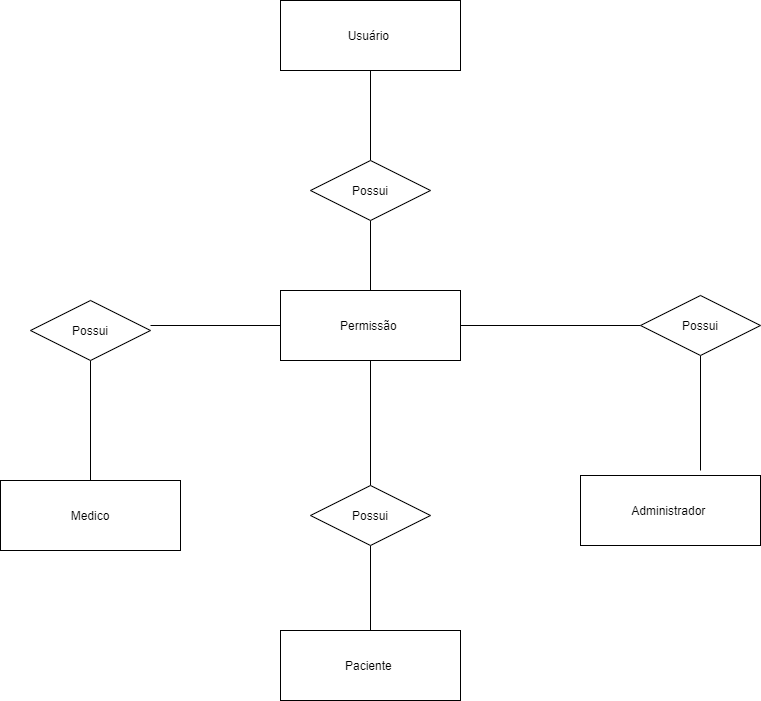
Ananogueira1/Projeto-SP-Med-Group keeps this draw.io diagram as Drawio Conceitual/Projeto-SP-Med-Group-Conceitual.png. Above is the earlier version. Source tidied: cells renumbered, new cells last; positions are measured from the earlier drawing's top-left corner, leaving out a move shared by most shapes. The source it was exported from:
```xml
<mxGraphModel>
  <root>
    <mxCell id="0" />
    <mxCell id="1" parent="0" />
    <mxCell id="2" style="edgeStyle=orthogonalEdgeStyle;rounded=0;jettySize=auto;html=1;endArrow=none;endFill=0;" parent="1" edge="1" source="3" target="5">
      <mxGeometry relative="1" as="geometry" />
    </mxCell>
    <mxCell id="3" value="Usuário&amp;nbsp;" style="whiteSpace=wrap;html=1;align=center;" parent="1" vertex="1">
      <mxGeometry x="280" width="180" height="70" as="geometry" />
    </mxCell>
    <mxCell id="4" style="edgeStyle=orthogonalEdgeStyle;rounded=0;jettySize=auto;html=1;endArrow=none;endFill=0;" parent="1" edge="1" source="5" target="9">
      <mxGeometry relative="1" as="geometry" />
    </mxCell>
    <mxCell id="5" value="Possui" style="shape=rhombus;perimeter=rhombusPerimeter;whiteSpace=wrap;html=1;align=center;" parent="1" vertex="1">
      <mxGeometry x="310" y="160" width="120" height="60" as="geometry" />
    </mxCell>
    <mxCell id="6" style="edgeStyle=orthogonalEdgeStyle;rounded=0;jettySize=auto;html=1;endArrow=none;endFill=0;" parent="1" edge="1" source="9">
      <mxGeometry relative="1" as="geometry">
        <mxPoint x="150" y="325" as="targetPoint" />
      </mxGeometry>
    </mxCell>
    <mxCell id="7" style="edgeStyle=orthogonalEdgeStyle;rounded=0;jettySize=auto;html=1;endArrow=none;endFill=0;" parent="1" edge="1" source="9" target="16">
      <mxGeometry relative="1" as="geometry" />
    </mxCell>
    <mxCell id="8" style="edgeStyle=orthogonalEdgeStyle;rounded=0;jettySize=auto;html=1;endArrow=none;endFill=0;entryX=0;entryY=0.5;entryDx=0;entryDy=0;" parent="1" edge="1" source="9" target="13">
      <mxGeometry relative="1" as="geometry" />
    </mxCell>
    <mxCell id="9" value="Permissão&amp;nbsp;" style="whiteSpace=wrap;html=1;align=center;" parent="1" vertex="1">
      <mxGeometry x="280" y="290" width="180" height="70" as="geometry" />
    </mxCell>
    <mxCell id="10" style="edgeStyle=orthogonalEdgeStyle;rounded=0;jettySize=auto;html=1;entryX=0.5;entryY=0;entryDx=0;entryDy=0;endArrow=none;endFill=0;" parent="1" edge="1" source="11" target="14">
      <mxGeometry relative="1" as="geometry" />
    </mxCell>
    <mxCell id="11" value="Possui" style="shape=rhombus;perimeter=rhombusPerimeter;whiteSpace=wrap;html=1;align=center;" parent="1" vertex="1">
      <mxGeometry x="30" y="300" width="120" height="60" as="geometry" />
    </mxCell>
    <mxCell id="12" style="edgeStyle=orthogonalEdgeStyle;rounded=0;jettySize=auto;html=1;endArrow=none;endFill=0;" parent="1" edge="1" source="13">
      <mxGeometry relative="1" as="geometry">
        <mxPoint x="700" y="470" as="targetPoint" />
      </mxGeometry>
    </mxCell>
    <mxCell id="13" value="Possui" style="shape=rhombus;perimeter=rhombusPerimeter;whiteSpace=wrap;html=1;align=center;" parent="1" vertex="1">
      <mxGeometry x="640" y="295" width="120" height="60" as="geometry" />
    </mxCell>
    <mxCell id="14" value="Medico" style="whiteSpace=wrap;html=1;align=center;" parent="1" vertex="1">
      <mxGeometry y="480" width="180" height="70" as="geometry" />
    </mxCell>
    <mxCell id="15" style="edgeStyle=orthogonalEdgeStyle;rounded=0;jettySize=auto;html=1;endArrow=none;endFill=0;" parent="1" edge="1" source="16" target="18">
      <mxGeometry relative="1" as="geometry" />
    </mxCell>
    <mxCell id="16" value="Possui" style="shape=rhombus;perimeter=rhombusPerimeter;whiteSpace=wrap;html=1;align=center;" parent="1" vertex="1">
      <mxGeometry x="310" y="485" width="120" height="60" as="geometry" />
    </mxCell>
    <mxCell id="17" value="Administrador&amp;nbsp;" style="whiteSpace=wrap;html=1;align=center;" parent="1" vertex="1">
      <mxGeometry x="580" y="475" width="180" height="70" as="geometry" />
    </mxCell>
    <mxCell id="18" value="Paciente&amp;nbsp;" style="whiteSpace=wrap;html=1;align=center;" parent="1" vertex="1">
      <mxGeometry x="280" y="630" width="180" height="70" as="geometry" />
    </mxCell>
    <mxCell id="19" style="edgeStyle=orthogonalEdgeStyle;rounded=0;orthogonalLoop=1;jettySize=auto;html=1;" parent="1" edge="1">
      <mxGeometry relative="1" as="geometry">
        <mxPoint x="630" y="360" as="sourcePoint" />
        <mxPoint x="630" y="360" as="targetPoint" />
      </mxGeometry>
    </mxCell>
  </root>
</mxGraphModel>
```
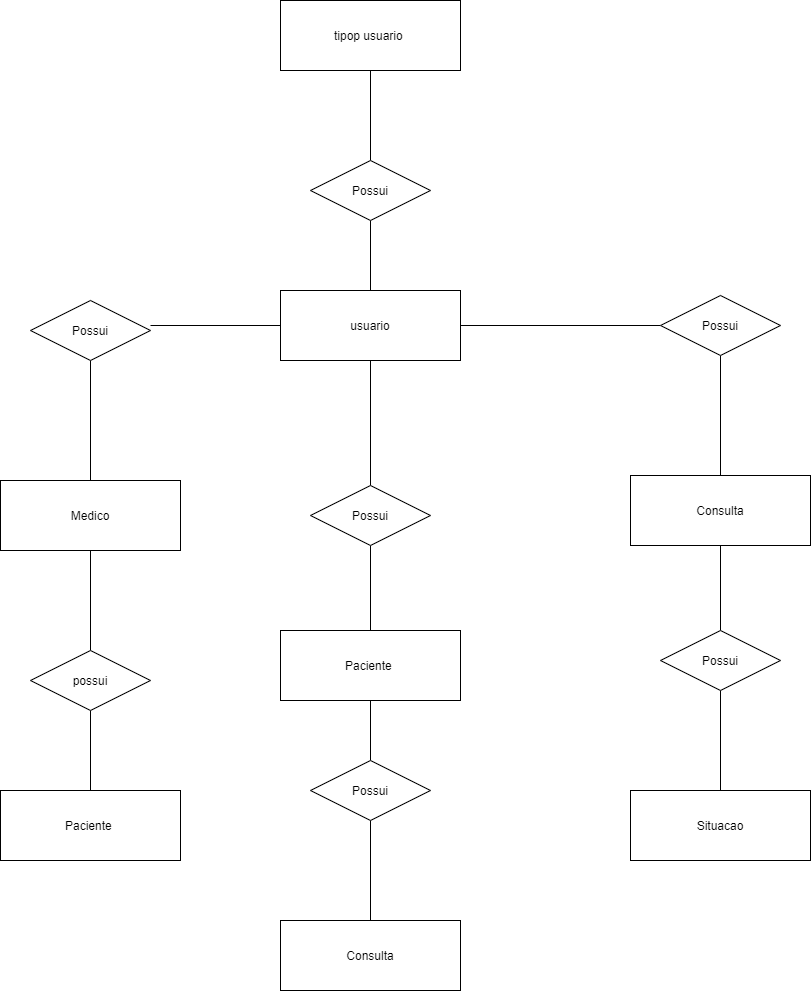
The same diagram one commit later.

The edit, as a diff of the source:
```diff
@@ -5,7 +5,7 @@
     <mxCell id="2" style="edgeStyle=orthogonalEdgeStyle;rounded=0;jettySize=auto;html=1;endArrow=none;endFill=0;" parent="1" edge="1" source="3" target="5">
       <mxGeometry relative="1" as="geometry" />
     </mxCell>
-    <mxCell id="3" value="Usuário&amp;nbsp;" style="whiteSpace=wrap;html=1;align=center;" parent="1" vertex="1">
+    <mxCell id="3" value="tipop usuario&amp;nbsp;" style="whiteSpace=wrap;html=1;align=center;" parent="1" vertex="1">
       <mxGeometry x="280" width="180" height="70" as="geometry" />
     </mxCell>
     <mxCell id="4" style="edgeStyle=orthogonalEdgeStyle;rounded=0;jettySize=auto;html=1;endArrow=none;endFill=0;" parent="1" edge="1" source="5" target="9">
@@ -25,7 +25,7 @@
     <mxCell id="8" style="edgeStyle=orthogonalEdgeStyle;rounded=0;jettySize=auto;html=1;endArrow=none;endFill=0;entryX=0;entryY=0.5;entryDx=0;entryDy=0;" parent="1" edge="1" source="9" target="13">
       <mxGeometry relative="1" as="geometry" />
     </mxCell>
-    <mxCell id="9" value="Permissão&amp;nbsp;" style="whiteSpace=wrap;html=1;align=center;" parent="1" vertex="1">
+    <mxCell id="9" value="usuario" style="whiteSpace=wrap;html=1;align=center;" parent="1" vertex="1">
       <mxGeometry x="280" y="290" width="180" height="70" as="geometry" />
     </mxCell>
     <mxCell id="10" style="edgeStyle=orthogonalEdgeStyle;rounded=0;jettySize=auto;html=1;entryX=0.5;entryY=0;entryDx=0;entryDy=0;endArrow=none;endFill=0;" parent="1" edge="1" source="11" target="14">
@@ -34,14 +34,15 @@
     <mxCell id="11" value="Possui" style="shape=rhombus;perimeter=rhombusPerimeter;whiteSpace=wrap;html=1;align=center;" parent="1" vertex="1">
       <mxGeometry x="30" y="300" width="120" height="60" as="geometry" />
     </mxCell>
-    <mxCell id="12" style="edgeStyle=orthogonalEdgeStyle;rounded=0;jettySize=auto;html=1;endArrow=none;endFill=0;" parent="1" edge="1" source="13">
-      <mxGeometry relative="1" as="geometry">
-        <mxPoint x="700" y="470" as="targetPoint" />
-      </mxGeometry>
-    </mxCell>
+    <mxCell id="20" style="edgeStyle=orthogonalEdgeStyle;rounded=0;jettySize=auto;html=1;entryX=0.5;entryY=0;entryDx=0;entryDy=0;endArrow=none;endFill=0;" parent="1" edge="1" source="13" target="27">
+      <mxGeometry relative="1" as="geometry" />
+    </mxCell>
     <mxCell id="13" value="Possui" style="shape=rhombus;perimeter=rhombusPerimeter;whiteSpace=wrap;html=1;align=center;" parent="1" vertex="1">
-      <mxGeometry x="640" y="295" width="120" height="60" as="geometry" />
+      <mxGeometry x="660" y="295" width="120" height="60" as="geometry" />
     </mxCell>
+    <mxCell id="21" style="edgeStyle=orthogonalEdgeStyle;rounded=0;jettySize=auto;html=1;endArrow=none;endFill=0;" parent="1" edge="1" source="14" target="24">
+      <mxGeometry relative="1" as="geometry" />
+    </mxCell>
     <mxCell id="14" value="Medico" style="whiteSpace=wrap;html=1;align=center;" parent="1" vertex="1">
       <mxGeometry y="480" width="180" height="70" as="geometry" />
     </mxCell>
@@ -51,9 +52,9 @@
     <mxCell id="16" value="Possui" style="shape=rhombus;perimeter=rhombusPerimeter;whiteSpace=wrap;html=1;align=center;" parent="1" vertex="1">
       <mxGeometry x="310" y="485" width="120" height="60" as="geometry" />
     </mxCell>
-    <mxCell id="17" value="Administrador&amp;nbsp;" style="whiteSpace=wrap;html=1;align=center;" parent="1" vertex="1">
-      <mxGeometry x="580" y="475" width="180" height="70" as="geometry" />
-    </mxCell>
+    <mxCell id="22" style="edgeStyle=orthogonalEdgeStyle;rounded=0;jettySize=auto;html=1;endArrow=none;endFill=0;" parent="1" edge="1" source="18" target="30">
+      <mxGeometry relative="1" as="geometry" />
+    </mxCell>
     <mxCell id="18" value="Paciente&amp;nbsp;" style="whiteSpace=wrap;html=1;align=center;" parent="1" vertex="1">
       <mxGeometry x="280" y="630" width="180" height="70" as="geometry" />
     </mxCell>
@@ -63,5 +64,38 @@
         <mxPoint x="630" y="360" as="targetPoint" />
       </mxGeometry>
     </mxCell>
+    <mxCell id="23" style="edgeStyle=orthogonalEdgeStyle;rounded=0;jettySize=auto;html=1;endArrow=none;endFill=0;" parent="1" edge="1" source="24" target="25">
+      <mxGeometry relative="1" as="geometry" />
+    </mxCell>
+    <mxCell id="24" value="possui" style="shape=rhombus;perimeter=rhombusPerimeter;whiteSpace=wrap;html=1;align=center;" parent="1" vertex="1">
+      <mxGeometry x="30" y="650" width="120" height="60" as="geometry" />
+    </mxCell>
+    <mxCell id="25" value="Paciente&amp;nbsp;" style="whiteSpace=wrap;html=1;align=center;" parent="1" vertex="1">
+      <mxGeometry y="790" width="180" height="70" as="geometry" />
+    </mxCell>
+    <mxCell id="26" style="edgeStyle=orthogonalEdgeStyle;rounded=0;jettySize=auto;html=1;endArrow=none;endFill=0;" parent="1" edge="1" source="27" target="33">
+      <mxGeometry relative="1" as="geometry" />
+    </mxCell>
+    <mxCell id="27" value="Consulta" style="whiteSpace=wrap;html=1;align=center;" parent="1" vertex="1">
+      <mxGeometry x="630" y="475" width="180" height="70" as="geometry" />
+    </mxCell>
+    <mxCell id="28" value="Consulta" style="whiteSpace=wrap;html=1;align=center;" parent="1" vertex="1">
+      <mxGeometry x="280" y="920" width="180" height="70" as="geometry" />
+    </mxCell>
+    <mxCell id="29" style="edgeStyle=orthogonalEdgeStyle;rounded=0;jettySize=auto;html=1;endArrow=none;endFill=0;" parent="1" edge="1" source="30" target="28">
+      <mxGeometry relative="1" as="geometry" />
+    </mxCell>
+    <mxCell id="30" value="Possui" style="shape=rhombus;perimeter=rhombusPerimeter;whiteSpace=wrap;html=1;align=center;" parent="1" vertex="1">
+      <mxGeometry x="310" y="760" width="120" height="60" as="geometry" />
+    </mxCell>
+    <mxCell id="31" value="Situacao" style="whiteSpace=wrap;html=1;align=center;" parent="1" vertex="1">
+      <mxGeometry x="630" y="790" width="180" height="70" as="geometry" />
+    </mxCell>
+    <mxCell id="32" style="edgeStyle=orthogonalEdgeStyle;rounded=0;jettySize=auto;html=1;endArrow=none;endFill=0;" parent="1" edge="1" source="33" target="31">
+      <mxGeometry relative="1" as="geometry" />
+    </mxCell>
+    <mxCell id="33" value="Possui" style="shape=rhombus;perimeter=rhombusPerimeter;whiteSpace=wrap;html=1;align=center;" parent="1" vertex="1">
+      <mxGeometry x="660" y="630" width="120" height="60" as="geometry" />
+    </mxCell>
   </root>
 </mxGraphModel>
```
